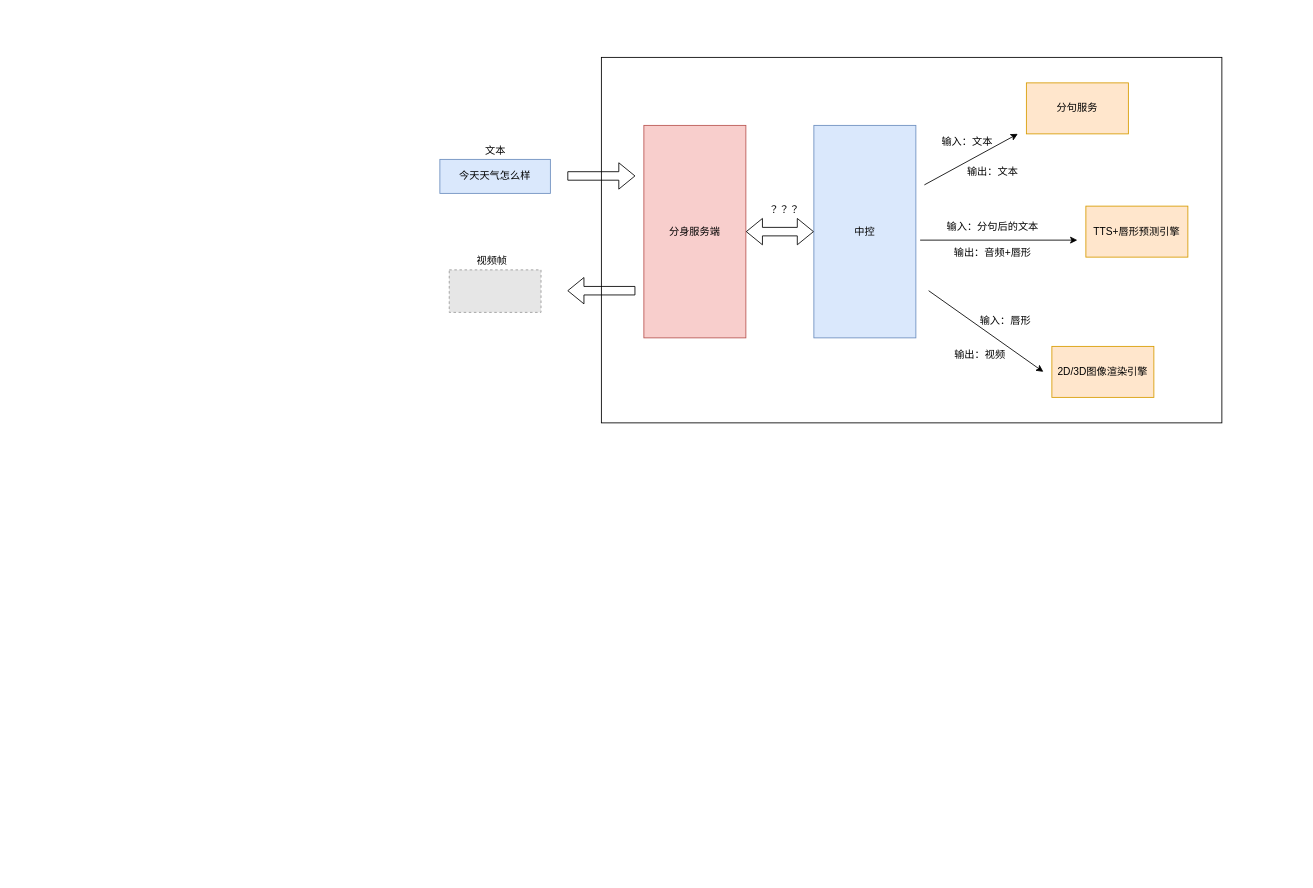
The draw.io diagram va.drawio in wymhfut/draw.io, before the edit. Source tidied: cells renumbered, new cells numbered last; positions are measured from the earlier drawing's top-left corner, leaving out a move shared by most shapes. Both pictures are drawn from the tidied source at 85%, with x=0, y=0 at pixel (439, 57). Pictures stored in the file or linked from it are replaced by grey dashed boxes.
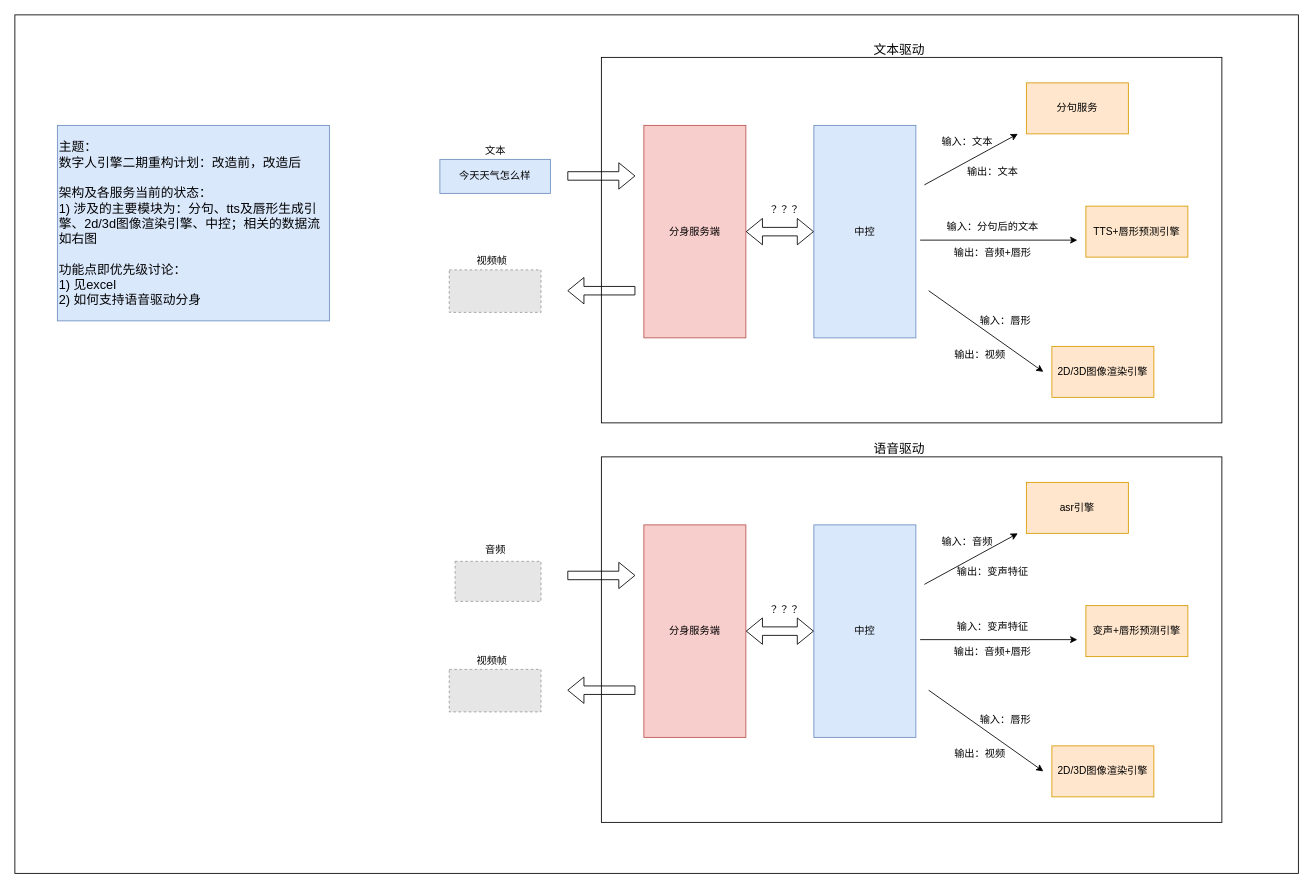
Above is the later version.

What changed in the source:
```diff
@@
+    <mxCell id="25" style="rounded=0;whiteSpace=wrap;html=1;fontSize=15;" parent="1" vertex="1">
+      <mxGeometry x="-500" y="-50" width="1510" height="1010" as="geometry" />
+    </mxCell>
@@
+    <mxCell id="26" value="&lt;font style=&quot;font-size: 15px&quot;&gt;主题：&lt;br&gt;数字人引擎二期重构计划：改造前，改造后&lt;br&gt;&lt;br&gt;架构及各服务当前的状态：&lt;br&gt;1) 涉及的主要模块为：分句、tts及唇形生成引擎、2d/3d图像渲染引擎、中控；相关的数据流如右图&lt;br&gt;&lt;br&gt;功能点即优先级讨论：&lt;br&gt;1) 见excel&lt;br&gt;2) 如何支持语音驱动分身&lt;/font&gt;" style="text;html=1;strokeColor=#6c8ebf;fillColor=#dae8fc;align=left;verticalAlign=middle;whiteSpace=wrap;rounded=0;" parent="1" vertex="1">
+      <mxGeometry x="-450" y="80" width="320" height="230" as="geometry" />
+    </mxCell>
+    <mxCell id="27" style="rounded=0;whiteSpace=wrap;html=1;" parent="1" vertex="1">
+      <mxGeometry x="190" y="470" width="730" height="430" as="geometry" />
+    </mxCell>
+    <mxCell id="28" value="中控" style="rounded=0;whiteSpace=wrap;html=1;fillColor=#dae8fc;strokeColor=#6c8ebf;" parent="1" vertex="1">
+      <mxGeometry x="440" y="550" width="120" height="250" as="geometry" />
+    </mxCell>
+    <mxCell id="29" value="分身服务端" style="rounded=0;whiteSpace=wrap;html=1;fillColor=#f8cecc;strokeColor=#b85450;" parent="1" vertex="1">
+      <mxGeometry x="240" y="550" width="120" height="250" as="geometry" />
+    </mxCell>
+    <mxCell id="30" value="asr引擎" style="rounded=0;whiteSpace=wrap;html=1;fillColor=#ffe6cc;strokeColor=#d79b00;" parent="1" vertex="1">
+      <mxGeometry x="690" y="500" width="120" height="60" as="geometry" />
+    </mxCell>
+    <mxCell id="31" value="变声+唇形预测引擎" style="rounded=0;whiteSpace=wrap;html=1;fillColor=#ffe6cc;strokeColor=#d79b00;" parent="1" vertex="1">
+      <mxGeometry x="760" y="645" width="120" height="60" as="geometry" />
+    </mxCell>
+    <mxCell id="32" value="2D/3D图像渲染引擎" style="rounded=0;whiteSpace=wrap;html=1;fillColor=#ffe6cc;strokeColor=#d79b00;" parent="1" vertex="1">
+      <mxGeometry x="720" y="810" width="120" height="60" as="geometry" />
+    </mxCell>
+    <mxCell id="33" style="fillColor=#E6E6E6;strokeColor=#999999;dashed=1;verticalLabelPosition=bottom;labelBackgroundColor=default;verticalAlign=top;" parent="1" vertex="1">
+      <mxGeometry x="11" y="720" width="108" height="50" as="geometry" />
+    </mxCell>
+    <mxCell id="34" value="视频帧" style="text;html=1;align=center;verticalAlign=middle;strokeColor=none;fillColor=none;" parent="1" vertex="1">
+      <mxGeometry x="36" y="700" width="50" height="20" as="geometry" />
+    </mxCell>
+    <mxCell id="35" value="音频" style="text;html=1;align=center;verticalAlign=middle;strokeColor=none;fillColor=none;" parent="1" vertex="1">
+      <mxGeometry x="45" y="570" width="40" height="20" as="geometry" />
+    </mxCell>
+    <mxCell id="36" style="shape=flexArrow;endArrow=classic;html=1;rounded=0;" parent="1" edge="1">
+      <mxGeometry relative="1" as="geometry">
+        <mxPoint x="150" y="609.5" as="sourcePoint" />
+        <mxPoint x="230" y="609.5" as="targetPoint" />
+      </mxGeometry>
+    </mxCell>
+    <mxCell id="37" style="shape=flexArrow;endArrow=classic;html=1;rounded=0;" parent="1" edge="1">
+      <mxGeometry relative="1" as="geometry">
+        <mxPoint x="230" y="744.5" as="sourcePoint" />
+        <mxPoint x="150" y="744.5" as="targetPoint" />
+      </mxGeometry>
+    </mxCell>
+    <mxCell id="38" style="endArrow=classic;html=1;rounded=0;" parent="1" edge="1">
+      <mxGeometry relative="1" as="geometry">
+        <mxPoint x="570" y="620" as="sourcePoint" />
+        <mxPoint x="680" y="560" as="targetPoint" />
+      </mxGeometry>
+    </mxCell>
+    <mxCell id="39" value="输入：音频" style="text;html=1;align=center;verticalAlign=middle;strokeColor=none;fillColor=none;" parent="1" vertex="1">
+      <mxGeometry x="580" y="560" width="80" height="20" as="geometry" />
+    </mxCell>
+    <mxCell id="40" value="输出：变声特征" style="text;html=1;align=center;verticalAlign=middle;strokeColor=none;fillColor=none;" parent="1" vertex="1">
+      <mxGeometry x="600" y="595" width="100" height="20" as="geometry" />
+    </mxCell>
+    <mxCell id="41" value="输入：变声特征" style="text;html=1;align=center;verticalAlign=middle;strokeColor=none;fillColor=none;" parent="1" vertex="1">
+      <mxGeometry x="600" y="660" width="100" height="20" as="geometry" />
+    </mxCell>
+    <mxCell id="42" style="endArrow=classic;html=1;rounded=0;" parent="1" edge="1">
+      <mxGeometry relative="1" as="geometry">
+        <mxPoint x="565" y="685" as="sourcePoint" />
+        <mxPoint x="750" y="685" as="targetPoint" />
+      </mxGeometry>
+    </mxCell>
+    <mxCell id="43" value="输出：音频+唇形" style="text;html=1;align=center;verticalAlign=middle;strokeColor=none;fillColor=none;" parent="1" vertex="1">
+      <mxGeometry x="595" y="690" width="110" height="20" as="geometry" />
+    </mxCell>
+    <mxCell id="44" style="endArrow=classic;html=1;rounded=0;" parent="1" edge="1">
+      <mxGeometry relative="1" as="geometry">
+        <mxPoint x="575" y="744.5" as="sourcePoint" />
+        <mxPoint x="710" y="840" as="targetPoint" />
+      </mxGeometry>
+    </mxCell>
+    <mxCell id="45" value="输入：唇形" style="text;html=1;align=center;verticalAlign=middle;strokeColor=none;fillColor=none;" parent="1" vertex="1">
+      <mxGeometry x="625" y="770" width="80" height="20" as="geometry" />
+    </mxCell>
+    <mxCell id="46" value="输出：视频" style="text;html=1;align=center;verticalAlign=middle;strokeColor=none;fillColor=none;" parent="1" vertex="1">
+      <mxGeometry x="595" y="810" width="80" height="20" as="geometry" />
+    </mxCell>
+    <mxCell id="47" style="shape=flexArrow;endArrow=classic;startArrow=classic;html=1;rounded=0;exitX=1;exitY=0.5;exitDx=0;exitDy=0;entryX=0;entryY=0.5;entryDx=0;entryDy=0;" parent="1" edge="1" source="29" target="28">
+      <mxGeometry relative="1" as="geometry" />
+    </mxCell>
+    <mxCell id="48" value="？？？" style="text;html=1;align=center;verticalAlign=middle;strokeColor=none;fillColor=none;" parent="1" vertex="1">
+      <mxGeometry x="380" y="640" width="50" height="20" as="geometry" />
+    </mxCell>
+    <mxCell id="49" style="fillColor=#E6E6E6;strokeColor=#999999;dashed=1;verticalLabelPosition=bottom;labelBackgroundColor=default;verticalAlign=top;" parent="1" vertex="1">
+      <mxGeometry x="17.9" y="592.9" width="101.1" height="47.1" as="geometry" />
+    </mxCell>
+    <mxCell id="50" value="文本驱动" style="text;html=1;align=center;verticalAlign=middle;strokeColor=none;fillColor=none;fontSize=15;" parent="1" vertex="1">
+      <mxGeometry x="500" y="-20" width="80" height="20" as="geometry" />
+    </mxCell>
+    <mxCell id="51" value="语音驱动" style="text;html=1;align=center;verticalAlign=middle;strokeColor=none;fillColor=none;fontSize=15;" parent="1" vertex="1">
+      <mxGeometry x="500" y="450" width="80" height="20" as="geometry" />
+    </mxCell>
```
